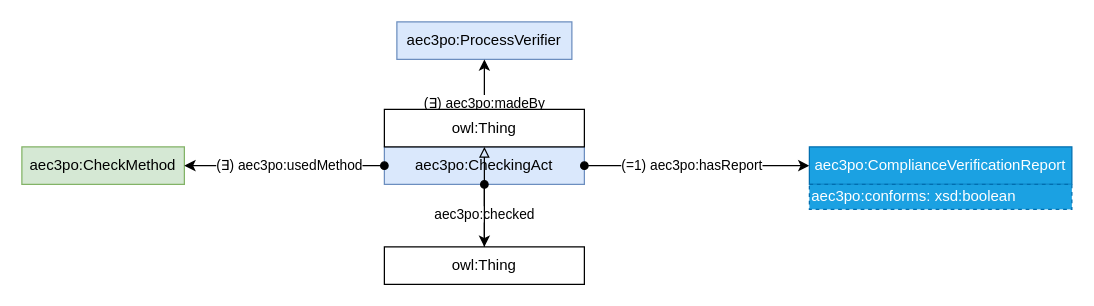
Accord-Project/aec3po keeps this draw.io diagram as page "Copy of checking_act" (5 of 50) of src/aec3po.drawio. Above is the earlier version. Source tidied: cells renumbered, new cells numbered last; positions are measured from the earlier drawing's top-left corner, leaving out a move shared by most shapes. Both pictures are drawn from the tidied source at 125%, with x=0, y=0 at pixel (21, 21).
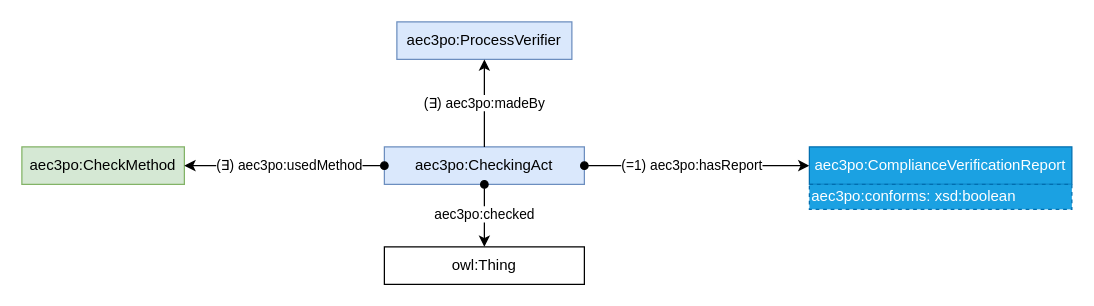
The same page after the edit.

What changed in the source:
```diff
@@
 <mxGraphModel>
   <root>
     <mxCell id="0" />
     <mxCell id="1" parent="0" />
     <mxCell id="2" value="aec3po:CheckMethod" style="rounded=0;whiteSpace=wrap;html=1;snapToPoint=1;points=[[0.1,0],[0.2,0],[0.3,0],[0.4,0],[0.5,0],[0.6,0],[0.7,0],[0.8,0],[0.9,0],[0,0.1],[0,0.3],[0,0.5],[0,0.7],[0,0.9],[0.1,1],[0.2,1],[0.3,1],[0.4,1],[0.5,1],[0.6,1],[0.7,1],[0.8,1],[0.9,1],[1,0.1],[1,0.3],[1,0.5],[1,0.7],[1,0.9]];fillColor=#d5e8d4;strokeColor=#82b366;" parent="1" vertex="1">
       <mxGeometry y="100" width="130" height="30" as="geometry" />
     </mxCell>
     <mxCell id="3" value="aec3po:CheckingAct" style="rounded=0;whiteSpace=wrap;html=1;snapToPoint=1;points=[[0.1,0],[0.2,0],[0.3,0],[0.4,0],[0.5,0],[0.6,0],[0.7,0],[0.8,0],[0.9,0],[0,0.1],[0,0.3],[0,0.5],[0,0.7],[0,0.9],[0.1,1],[0.2,1],[0.3,1],[0.4,1],[0.5,1],[0.6,1],[0.7,1],[0.8,1],[0.9,1],[1,0.1],[1,0.3],[1,0.5],[1,0.7],[1,0.9]];fillColor=#dae8fc;strokeColor=#6c8ebf;" parent="1" vertex="1">
       <mxGeometry x="290" y="100" width="160" height="30" as="geometry" />
     </mxCell>
     <mxCell id="4" value="aec3po:ProcessVerifier" style="rounded=0;whiteSpace=wrap;html=1;snapToPoint=1;points=[[0.1,0],[0.2,0],[0.3,0],[0.4,0],[0.5,0],[0.6,0],[0.7,0],[0.8,0],[0.9,0],[0,0.1],[0,0.3],[0,0.5],[0,0.7],[0,0.9],[0.1,1],[0.2,1],[0.3,1],[0.4,1],[0.5,1],[0.6,1],[0.7,1],[0.8,1],[0.9,1],[1,0.1],[1,0.3],[1,0.5],[1,0.7],[1,0.9]];fillColor=#dae8fc;strokeColor=#6c8ebf;" parent="1" vertex="1">
       <mxGeometry x="300" width="140" height="30" as="geometry" />
     </mxCell>
     <mxCell id="5" value="(∃) aec3po:madeBy" style="edgeStyle=orthogonalEdgeStyle;rounded=0;jettySize=auto;html=1;entryX=0.5;entryY=1;entryDx=0;entryDy=0;startArrow=none;startFill=0;endArrow=classic;endFill=1;exitX=0.5;exitY=0;exitDx=0;exitDy=0;" parent="1" edge="1" source="3" target="4">
       <mxGeometry relative="1" as="geometry" />
     </mxCell>
     <mxCell id="6" value="(∃) aec3po:usedMethod" style="edgeStyle=orthogonalEdgeStyle;rounded=0;jettySize=auto;html=1;startArrow=oval;startFill=1;endArrow=classic;endFill=1;" parent="1" edge="1" source="3" target="2">
       <mxGeometry x="-0.05" relative="1" as="geometry">
         <Array as="points">
           <mxPoint x="362" y="126" />
           <mxPoint x="200" y="126" />
         </Array>
       </mxGeometry>
     </mxCell>
     <mxCell id="7" value="(=1) aec3po:hasReport" style="edgeStyle=orthogonalEdgeStyle;rounded=0;jettySize=auto;html=1;startArrow=oval;startFill=1;endArrow=classic;endFill=1;exitX=1;exitY=0.5;exitDx=0;exitDy=0;" parent="1" edge="1" source="3">
       <mxGeometry x="-0.05" relative="1" as="geometry">
         <mxPoint x="630" y="115" as="targetPoint" />
       </mxGeometry>
     </mxCell>
     <mxCell id="8" value="aec3po:ComplianceVerificationReport" style="rounded=0;whiteSpace=wrap;html=1;fillColor=#1ba1e2;strokeColor=#006EAF;fontColor=#ffffff;" parent="1" vertex="1">
       <mxGeometry x="630" y="100" width="210" height="30" as="geometry" />
     </mxCell>
     <mxCell id="9" value="aec3po:conforms: xsd:boolean" style="rounded=0;whiteSpace=wrap;html=1;fillColor=#1ba1e2;strokeColor=#006EAF;align=left;dashed=1;fontColor=#ffffff;" parent="1" vertex="1">
       <mxGeometry x="630" y="130" width="210" height="20" as="geometry" />
     </mxCell>
     <mxCell id="10" value="aec3po:checked" style="edgeStyle=orthogonalEdgeStyle;rounded=0;jettySize=auto;html=1;startArrow=oval;startFill=1;endArrow=classic;endFill=1;exitX=0.5;exitY=1;exitDx=0;exitDy=0;" parent="1" edge="1" source="3">
       <mxGeometry x="-0.05" relative="1" as="geometry">
         <mxPoint x="370" y="180" as="targetPoint" />
       </mxGeometry>
     </mxCell>
-    <mxCell id="11" style="edgeStyle=orthogonalEdgeStyle;shape=connector;rounded=0;jettySize=auto;html=1;labelBackgroundColor=default;strokeColor=default;fontFamily=Helvetica;fontSize=11;fontColor=default;endArrow=block;endFill=0;" parent="1" edge="1" source="12" target="13">
-      <mxGeometry relative="1" as="geometry" />
-    </mxCell>
     <mxCell id="12" value="owl:Thing" style="rounded=0;whiteSpace=wrap;html=1;snapToPoint=1;points=[[0.1,0],[0.2,0],[0.3,0],[0.4,0],[0.5,0],[0.6,0],[0.7,0],[0.8,0],[0.9,0],[0,0.1],[0,0.3],[0,0.5],[0,0.7],[0,0.9],[0.1,1],[0.2,1],[0.3,1],[0.4,1],[0.5,1],[0.6,1],[0.7,1],[0.8,1],[0.9,1],[1,0.1],[1,0.3],[1,0.5],[1,0.7],[1,0.9]];" parent="1" vertex="1">
       <mxGeometry x="290" y="180" width="160" height="30" as="geometry" />
     </mxCell>
-    <mxCell id="13" value="owl:Thing" style="rounded=0;whiteSpace=wrap;html=1;snapToPoint=1;points=[[0.1,0],[0.2,0],[0.3,0],[0.4,0],[0.5,0],[0.6,0],[0.7,0],[0.8,0],[0.9,0],[0,0.1],[0,0.3],[0,0.5],[0,0.7],[0,0.9],[0.1,1],[0.2,1],[0.3,1],[0.4,1],[0.5,1],[0.6,1],[0.7,1],[0.8,1],[0.9,1],[1,0.1],[1,0.3],[1,0.5],[1,0.7],[1,0.9]];" parent="1" vertex="1">
-      <mxGeometry x="290" y="70" width="160" height="30" as="geometry" />
-    </mxCell>
   </root>
 </mxGraphModel>
```
